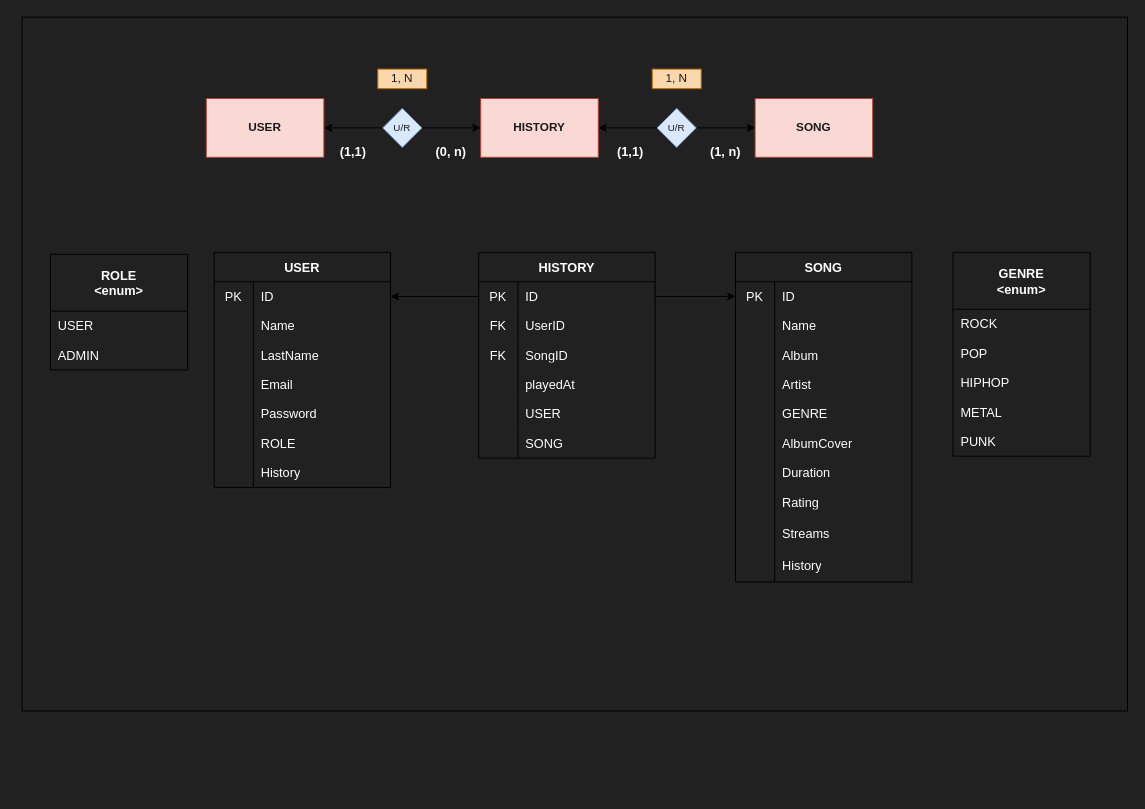
Above: site/public/modelo.drawio in mychemicalEli/BOOTCAMP-PR-KREITEKFY (draw.io), before the change. Source tidied: cells renumbered, new cells numbered last; positions are measured from the earlier drawing's top-left corner, leaving out a move shared by most shapes. Both pictures are drawn from the tidied source at 98%, with x=0, y=0 at pixel (22, 17).
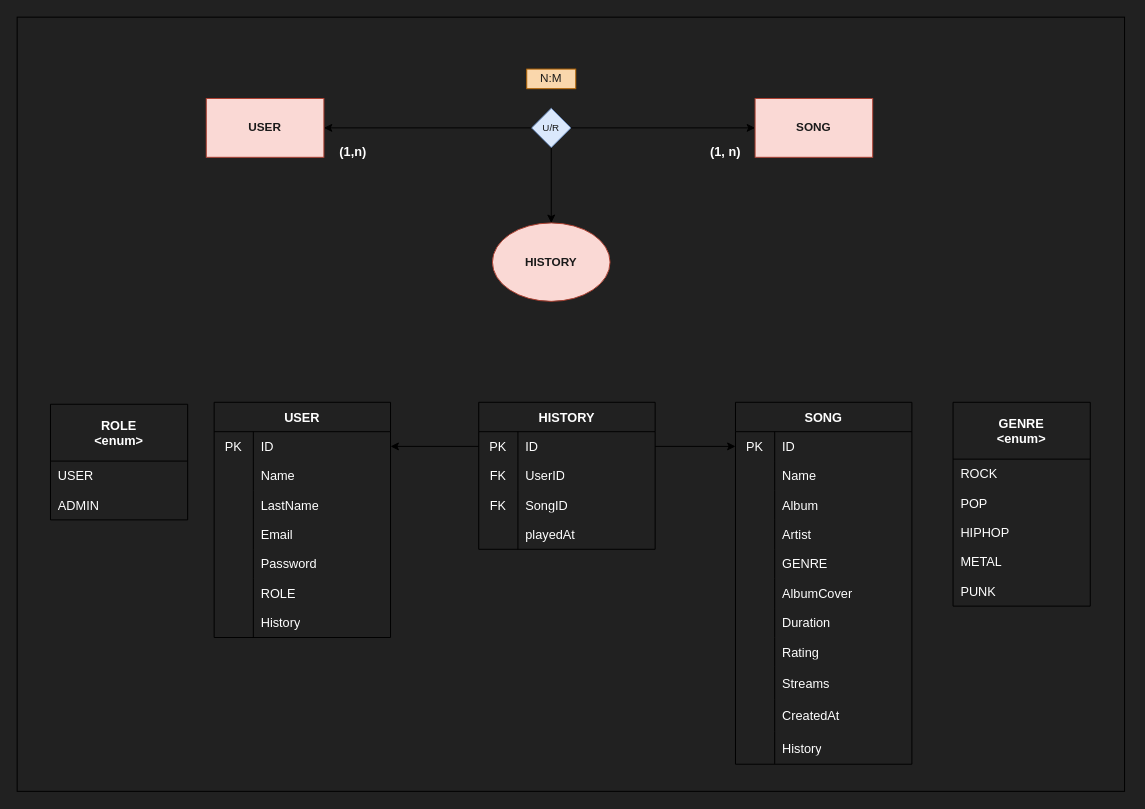
The same page after the edit.

The change refers to these unchanged cells:
```xml
<mxCell id="2" value="&lt;font color=&quot;#1a1a1a&quot;&gt;&lt;b&gt;USER&lt;/b&gt;&lt;/font&gt;" style="rounded=0;whiteSpace=wrap;html=1;fontFamily=Helvetica;fillColor=#fad9d5;strokeColor=#ae4132;" parent="1" vertex="1">
  <mxGeometry x="188" y="83" width="120" height="60" as="geometry" />
</mxCell>
<mxCell id="3" value="&lt;font color=&quot;#1a1a1a&quot;&gt;&lt;b&gt;SONG&lt;/b&gt;&lt;/font&gt;" style="rounded=0;whiteSpace=wrap;html=1;fontFamily=Helvetica;fillColor=#fad9d5;strokeColor=#ae4132;" parent="1" vertex="1">
  <mxGeometry x="748" y="83" width="120" height="60" as="geometry" />
</mxCell>
```

Change to the diagram source:
```diff
@@
-    <mxCell id="4" value="&lt;font color=&quot;#1a1a1a&quot;&gt;&lt;b&gt;HISTORY&lt;/b&gt;&lt;/font&gt;" style="rounded=0;whiteSpace=wrap;html=1;fontFamily=Helvetica;fillColor=#fad9d5;strokeColor=#ae4132;" parent="1" vertex="1">
-      <mxGeometry x="468" y="83" width="120" height="60" as="geometry" />
-    </mxCell>
+    <mxCell id="6" style="edgeStyle=none;html=1;exitX=0;exitY=0.5;exitDx=0;exitDy=0;entryX=1;entryY=0.5;entryDx=0;entryDy=0;labelBorderColor=#1A1A1A;fontFamily=Helvetica;fontSize=10;fontColor=#1A1A1A;" parent="1" edge="1" source="7" target="2">
+      <mxGeometry relative="1" as="geometry" />
+    </mxCell>
-    <mxCell id="5" style="edgeStyle=none;html=1;entryX=0;entryY=0.5;entryDx=0;entryDy=0;fontFamily=Helvetica;fontColor=#1A1A1A;" parent="1" edge="1" source="7" target="4">
+    <mxCell id="5" style="edgeStyle=none;html=1;fontColor=#1A1A1A;" parent="1" edge="1" source="7" target="4">
       <mxGeometry relative="1" as="geometry" />
     </mxCell>
-    <mxCell id="6" style="edgeStyle=none;html=1;exitX=0;exitY=0.5;exitDx=0;exitDy=0;entryX=1;entryY=0.5;entryDx=0;entryDy=0;labelBorderColor=#1A1A1A;fontFamily=Helvetica;fontSize=10;fontColor=#1A1A1A;" parent="1" edge="1" source="7" target="2">
-      <mxGeometry relative="1" as="geometry" />
-    </mxCell>
     <mxCell id="7" value="&lt;span style=&quot;color: rgb(26, 26, 26); font-size: 10px;&quot;&gt;U/R&lt;/span&gt;" style="rhombus;whiteSpace=wrap;html=1;fontFamily=Helvetica;fillColor=#dae8fc;strokeColor=#6c8ebf;" parent="1" vertex="1">
-      <mxGeometry x="368" y="93" width="40" height="40" as="geometry" />
+      <mxGeometry x="520" y="93" width="40" height="40" as="geometry" />
     </mxCell>
-    <mxCell id="8" style="edgeStyle=none;html=1;entryX=1;entryY=0.5;entryDx=0;entryDy=0;fontFamily=Helvetica;fontColor=#1A1A1A;labelBorderColor=#1A1A1A;" parent="1" edge="1" source="10" target="4">
-      <mxGeometry relative="1" as="geometry" />
-    </mxCell>
-    <mxCell id="9" style="edgeStyle=none;html=1;entryX=0;entryY=0.5;entryDx=0;entryDy=0;fontFamily=Helvetica;fontColor=#1A1A1A;" parent="1" edge="1" source="10" target="3">
+    <mxCell id="9" style="edgeStyle=none;html=1;entryX=0;entryY=0.5;entryDx=0;entryDy=0;fontFamily=Helvetica;fontColor=#1A1A1A;exitX=1;exitY=0.5;exitDx=0;exitDy=0;" parent="1" edge="1" source="7" target="3">
       <mxGeometry relative="1" as="geometry" />
     </mxCell>
-    <mxCell id="10" value="&lt;span style=&quot;color: rgb(26, 26, 26); font-size: 10px;&quot;&gt;U/R&lt;/span&gt;" style="rhombus;whiteSpace=wrap;html=1;fontFamily=Helvetica;fillColor=#dae8fc;strokeColor=#6c8ebf;" parent="1" vertex="1">
-      <mxGeometry x="648" y="93" width="40" height="40" as="geometry" />
-    </mxCell>
-    <mxCell id="11" value="&lt;font color=&quot;#1a1a1a&quot;&gt;1, N&lt;/font&gt;" style="rounded=0;whiteSpace=wrap;html=1;fontFamily=Helvetica;fillColor=#fad7ac;strokeColor=#b46504;fontStyle=0;" parent="1" vertex="1">
-      <mxGeometry x="363" y="53" width="50" height="20" as="geometry" />
+    <mxCell id="11" value="&lt;font color=&quot;#1a1a1a&quot;&gt;N:M&lt;/font&gt;" style="rounded=0;whiteSpace=wrap;html=1;fontFamily=Helvetica;fillColor=#fad7ac;strokeColor=#b46504;fontStyle=0;" parent="1" vertex="1">
+      <mxGeometry x="515" y="53" width="50" height="20" as="geometry" />
     </mxCell>
-    <mxCell id="12" value="&lt;font color=&quot;#1a1a1a&quot;&gt;1, N&lt;/font&gt;" style="rounded=0;whiteSpace=wrap;html=1;fontFamily=Helvetica;fillColor=#fad7ac;strokeColor=#b46504;fontStyle=0;" parent="1" vertex="1">
-      <mxGeometry x="643" y="53" width="50" height="20" as="geometry" />
-    </mxCell>
-    <mxCell id="13" value="&lt;font color=&quot;#ffffff&quot; style=&quot;font-size: 13px;&quot;&gt;&lt;b&gt;(0, n)&lt;/b&gt;&lt;/font&gt;" style="text;strokeColor=none;align=center;fillColor=none;html=1;verticalAlign=middle;whiteSpace=wrap;rounded=0;labelBackgroundColor=none;fontFamily=Helvetica;fontSize=10;fontColor=#1A1A1A;" parent="1" vertex="1">
-      <mxGeometry x="408" y="122" width="60" height="30" as="geometry" />
-    </mxCell>
-    <mxCell id="14" value="&lt;font color=&quot;#ffffff&quot; style=&quot;font-size: 13px;&quot;&gt;&lt;b&gt;(1,1)&lt;/b&gt;&lt;/font&gt;" style="text;strokeColor=none;align=center;fillColor=none;html=1;verticalAlign=middle;whiteSpace=wrap;rounded=0;labelBackgroundColor=none;fontFamily=Helvetica;fontSize=10;fontColor=#1A1A1A;" parent="1" vertex="1">
+    <mxCell id="14" value="&lt;font color=&quot;#ffffff&quot; style=&quot;font-size: 13px;&quot;&gt;&lt;b&gt;(1,n)&lt;/b&gt;&lt;/font&gt;" style="text;strokeColor=none;align=center;fillColor=none;html=1;verticalAlign=middle;whiteSpace=wrap;rounded=0;labelBackgroundColor=none;fontFamily=Helvetica;fontSize=10;fontColor=#1A1A1A;" parent="1" vertex="1">
       <mxGeometry x="308" y="122" width="60" height="30" as="geometry" />
     </mxCell>
@@
-    <mxCell id="16" value="&lt;font color=&quot;#ffffff&quot; style=&quot;font-size: 13px;&quot;&gt;&lt;b&gt;(1,1)&lt;/b&gt;&lt;/font&gt;" style="text;strokeColor=none;align=center;fillColor=none;html=1;verticalAlign=middle;whiteSpace=wrap;rounded=0;labelBackgroundColor=none;fontFamily=Helvetica;fontSize=10;fontColor=#1A1A1A;" parent="1" vertex="1">
-      <mxGeometry x="591" y="122" width="60" height="30" as="geometry" />
-    </mxCell>
     <mxCell id="17" value="USER" style="shape=table;startSize=30;childLayout=tableLayout;rowLines=0;fontStyle=1;labelBackgroundColor=none;fontFamily=Helvetica;fontSize=13;fontColor=#FFFFFF;fillColor=none;gradientColor=default;" parent="1" vertex="1">
-      <mxGeometry x="196" y="240" width="180" height="240" as="geometry" />
+      <mxGeometry x="196" y="393" width="180" height="240" as="geometry" />
     </mxCell>
@@
     <mxCell id="39" value="ROLE&#10;&lt;enum&gt;" style="shape=table;startSize=58;childLayout=tableLayout;rowLines=0;fontStyle=1;labelBackgroundColor=none;fontFamily=Helvetica;fontSize=13;fontColor=#FFFFFF;fillColor=none;gradientColor=default;" parent="1" vertex="1">
-      <mxGeometry x="29" y="242" width="140" height="118" as="geometry" />
+      <mxGeometry x="29" y="395" width="140" height="118" as="geometry" />
     </mxCell>
@@
     <mxCell id="44" value="HISTORY" style="shape=table;startSize=30;childLayout=tableLayout;rowLines=0;fontStyle=1;labelBackgroundColor=none;fontFamily=Helvetica;fontSize=13;fontColor=#FFFFFF;fillColor=none;gradientColor=default;" parent="1" vertex="1">
-      <mxGeometry x="466" y="240" width="180" height="210" as="geometry" />
+      <mxGeometry x="466" y="393" width="180" height="150" as="geometry" />
     </mxCell>
@@
-    <mxCell id="57" style="shape=tableRow;horizontal=0;startSize=0;swimlaneHead=0;swimlaneBody=0;top=0;left=0;bottom=0;right=0;fillColor=none;labelBackgroundColor=none;fontFamily=Helvetica;fontSize=13;fontColor=#FFFFFF;" parent="44" vertex="1">
-      <mxGeometry y="150" width="180" height="30" as="geometry" />
-    </mxCell>
-    <mxCell id="58" style="shape=partialRectangle;html=1;whiteSpace=wrap;fillColor=none;top=0;left=0;bottom=0;right=0;overflow=hidden;labelBackgroundColor=none;fontFamily=Helvetica;fontSize=13;fontColor=#FFFFFF;" parent="57" vertex="1">
-      <mxGeometry width="40" height="30" as="geometry" />
-    </mxCell>
-    <mxCell id="59" value="USER" style="shape=partialRectangle;html=1;whiteSpace=wrap;fillColor=none;top=0;left=0;bottom=0;right=0;align=left;spacingLeft=6;overflow=hidden;labelBackgroundColor=none;fontFamily=Helvetica;fontSize=13;fontColor=#FFFFFF;" parent="57" vertex="1">
-      <mxGeometry x="40" width="140" height="30" as="geometry" />
-    </mxCell>
-    <mxCell id="60" style="shape=tableRow;horizontal=0;startSize=0;swimlaneHead=0;swimlaneBody=0;top=0;left=0;bottom=0;right=0;fillColor=none;labelBackgroundColor=none;fontFamily=Helvetica;fontSize=13;fontColor=#FFFFFF;" parent="44" vertex="1">
-      <mxGeometry y="180" width="180" height="30" as="geometry" />
-    </mxCell>
-    <mxCell id="61" style="shape=partialRectangle;html=1;whiteSpace=wrap;fillColor=none;top=0;left=0;bottom=0;right=0;overflow=hidden;labelBackgroundColor=none;fontFamily=Helvetica;fontSize=13;fontColor=#FFFFFF;" parent="60" vertex="1">
-      <mxGeometry width="40" height="30" as="geometry" />
-    </mxCell>
-    <mxCell id="62" value="SONG" style="shape=partialRectangle;html=1;whiteSpace=wrap;fillColor=none;top=0;left=0;bottom=0;right=0;align=left;spacingLeft=6;overflow=hidden;labelBackgroundColor=none;fontFamily=Helvetica;fontSize=13;fontColor=#FFFFFF;" parent="60" vertex="1">
-      <mxGeometry x="40" width="140" height="30" as="geometry" />
-    </mxCell>
     <mxCell id="63" value="SONG" style="shape=table;startSize=30;childLayout=tableLayout;rowLines=0;fontStyle=1;labelBackgroundColor=none;fontFamily=Helvetica;fontSize=13;fontColor=#FFFFFF;fillColor=none;gradientColor=default;" parent="1" vertex="1">
-      <mxGeometry x="728" y="240" width="180" height="336.3" as="geometry" />
+      <mxGeometry x="728" y="393" width="180" height="369.3" as="geometry" />
     </mxCell>
@@
+    <mxCell id="107" style="shape=tableRow;horizontal=0;startSize=0;swimlaneHead=0;swimlaneBody=0;top=0;left=0;bottom=0;right=0;fillColor=none;labelBackgroundColor=none;fontFamily=Helvetica;fontSize=13;fontColor=#FFFFFF;" parent="63" vertex="1">
+      <mxGeometry y="303" width="180" height="33" as="geometry" />
+    </mxCell>
+    <mxCell id="108" style="shape=partialRectangle;html=1;whiteSpace=wrap;fillColor=none;top=0;left=0;bottom=0;right=0;overflow=hidden;labelBackgroundColor=none;fontFamily=Helvetica;fontSize=13;fontColor=#FFFFFF;" parent="107" vertex="1">
+      <mxGeometry width="40" height="33" as="geometry" />
+    </mxCell>
+    <mxCell id="109" value="CreatedAt" style="shape=partialRectangle;html=1;whiteSpace=wrap;fillColor=none;top=0;left=0;bottom=0;right=0;align=left;spacingLeft=6;overflow=hidden;labelBackgroundColor=none;fontFamily=Helvetica;fontSize=13;fontColor=#FFFFFF;" parent="107" vertex="1">
+      <mxGeometry x="40" width="140" height="33" as="geometry" />
+    </mxCell>
     <mxCell id="91" style="shape=tableRow;horizontal=0;startSize=0;swimlaneHead=0;swimlaneBody=0;top=0;left=0;bottom=0;right=0;fillColor=none;labelBackgroundColor=none;fontFamily=Helvetica;fontSize=13;fontColor=#FFFFFF;" parent="63" vertex="1">
-      <mxGeometry y="303" width="180" height="33" as="geometry" />
+      <mxGeometry y="336" width="180" height="33" as="geometry" />
     </mxCell>
@@
     <mxCell id="94" value="GENRE&#10;&lt;enum&gt;" style="shape=table;startSize=58;childLayout=tableLayout;rowLines=0;fontStyle=1;labelBackgroundColor=none;fontFamily=Helvetica;fontSize=13;fontColor=#FFFFFF;fillColor=none;gradientColor=default;" parent="1" vertex="1">
-      <mxGeometry x="950" y="240" width="140" height="208" as="geometry" />
+      <mxGeometry x="950" y="393" width="140" height="208" as="geometry" />
     </mxCell>
@@
-    <mxCell id="107" style="whiteSpace=wrap;html=1;fillColor=none;" parent="1" vertex="1">
-      <mxGeometry width="1128" height="708" as="geometry" />
-    </mxCell>
+    <mxCell id="4" value="&lt;font color=&quot;#1a1a1a&quot;&gt;&lt;b&gt;HISTORY&lt;/b&gt;&lt;/font&gt;" style="ellipse;whiteSpace=wrap;html=1;fillColor=#fad9d5;strokeColor=#ae4132;" parent="1" vertex="1">
+      <mxGeometry x="480" y="210" width="120" height="80" as="geometry" />
+    </mxCell>
+    <mxCell id="110" style="rounded=0;whiteSpace=wrap;html=1;fontColor=#1A1A1A;fillColor=none;" parent="1" vertex="1">
+      <mxGeometry x="-5" width="1130" height="790" as="geometry" />
+    </mxCell>
```
